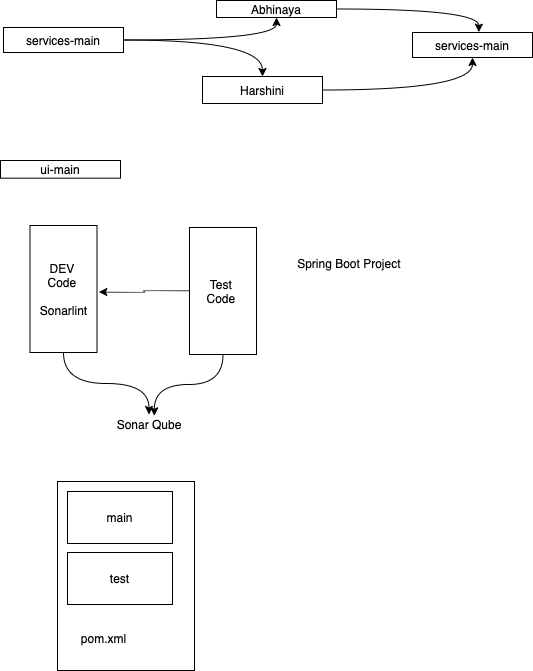
This is notes-and-images/day-8.drawio.png from adithnaveen/boot-camp-barclays-sep-2021, a draw.io export, as it was before one commit. Source tidied: cells renumbered, new cells last; positions are measured from the earlier drawing's top-left corner, leaving out a move shared by most shapes.
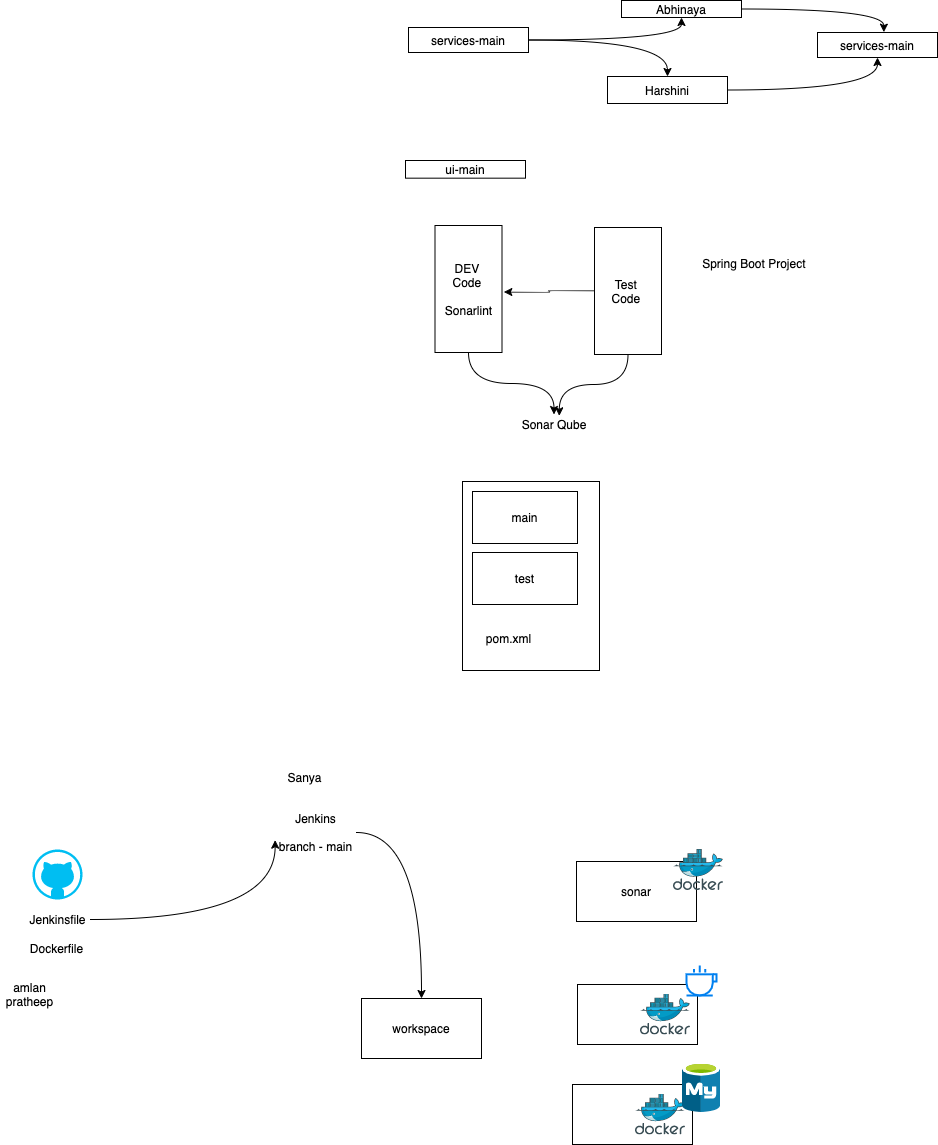
After the change.

Diff of the diagram source:
```diff
@@ -64,5 +64,56 @@
     <mxCell id="21" value="pom.xml" style="text;html=1;strokeColor=none;fillColor=none;align=center;verticalAlign=middle;whiteSpace=wrap;rounded=0;" parent="1" vertex="1">
       <mxGeometry x="72" y="616" width="63" height="43" as="geometry" />
     </mxCell>
+    <mxCell id="22" value="sonar" style="rounded=0;whiteSpace=wrap;html=1;" parent="1" vertex="1">
+      <mxGeometry x="171" y="861" width="120" height="60" as="geometry" />
+    </mxCell>
+    <mxCell id="23" style="html=1;align=center;image;fontSize=12;image=img/lib/mscae/Docker.svg;" parent="1" vertex="1">
+      <mxGeometry x="268" y="849" width="50" height="41" as="geometry" />
+    </mxCell>
+    <mxCell id="24" style="rounded=0;whiteSpace=wrap;html=1;" parent="1" vertex="1">
+      <mxGeometry x="172" y="984" width="120" height="60" as="geometry" />
+    </mxCell>
+    <mxCell id="25" style="html=1;verticalLabelPosition=bottom;align=center;labelBackgroundColor=#ffffff;verticalAlign=top;strokeWidth=2;strokeColor=#0080F0;shadow=0;dashed=0;shape=mxgraph.ios7.icons.cup;" parent="1" vertex="1">
+      <mxGeometry x="281" y="965" width="30" height="30" as="geometry" />
+    </mxCell>
+    <mxCell id="26" style="edgeStyle=orthogonalEdgeStyle;rounded=0;jettySize=auto;html=1;entryX=0.02;entryY=0.667;entryDx=0;entryDy=0;entryPerimeter=0;curved=1;" parent="1" edge="1" source="27" target="30">
+      <mxGeometry relative="1" as="geometry" />
+    </mxCell>
+    <mxCell id="27" value="Jenkinsfile" style="text;html=1;align=center;verticalAlign=middle;points=[];strokeColor=none;" parent="1" vertex="1">
+      <mxGeometry x="-381" y="910" width="66" height="18" as="geometry" />
+    </mxCell>
+    <mxCell id="28" style="verticalLabelPosition=bottom;html=1;verticalAlign=top;align=center;strokeColor=none;fillColor=#00BEF2;shape=mxgraph.azure.github_code;" parent="1" vertex="1">
+      <mxGeometry x="-373" y="849" width="50" height="50" as="geometry" />
+    </mxCell>
+    <mxCell id="29" style="edgeStyle=orthogonalEdgeStyle;curved=1;rounded=0;jettySize=auto;html=1;" parent="1" edge="1" source="30" target="32">
+      <mxGeometry relative="1" as="geometry" />
+    </mxCell>
+    <mxCell id="30" value="Jenkins&lt;br&gt;&lt;br&gt;branch - main" style="text;html=1;align=center;verticalAlign=middle;points=[];strokeColor=none;" parent="1" vertex="1">
+      <mxGeometry x="-132" y="809" width="83" height="46" as="geometry" />
+    </mxCell>
+    <mxCell id="31" value="Dockerfile" style="text;html=1;align=center;verticalAlign=middle;strokeColor=none;" parent="1" vertex="1">
+      <mxGeometry x="-381" y="939" width="63" height="18" as="geometry" />
+    </mxCell>
+    <mxCell id="32" value="workspace" style="rounded=0;whiteSpace=wrap;html=1;" parent="1" vertex="1">
+      <mxGeometry x="-44" y="998" width="120" height="60" as="geometry" />
+    </mxCell>
+    <mxCell id="33" style="html=1;align=center;image;fontSize=12;image=img/lib/mscae/Docker.svg;" parent="1" vertex="1">
+      <mxGeometry x="235" y="993.5" width="50" height="41" as="geometry" />
+    </mxCell>
+    <mxCell id="34" style="rounded=0;whiteSpace=wrap;html=1;" parent="1" vertex="1">
+      <mxGeometry x="167" y="1084" width="120" height="60" as="geometry" />
+    </mxCell>
+    <mxCell id="35" style="html=1;align=center;image;fontSize=12;image=img/lib/mscae/Docker.svg;" parent="1" vertex="1">
+      <mxGeometry x="230" y="1093.5" width="50" height="41" as="geometry" />
+    </mxCell>
+    <mxCell id="36" style="html=1;align=center;image;fontSize=12;image=img/lib/mscae/Azure_Database_for_MySQL_servers.svg;" parent="1" vertex="1">
+      <mxGeometry x="277" y="1062" width="38" height="50" as="geometry" />
+    </mxCell>
+    <mxCell id="37" value="Sanya" style="text;html=1;align=center;verticalAlign=middle;strokeColor=none;" parent="1" vertex="1">
+      <mxGeometry x="-123" y="768" width="44" height="18" as="geometry" />
+    </mxCell>
+    <mxCell id="38" value="amlan&lt;br&gt;pratheep" style="text;html=1;align=center;verticalAlign=middle;strokeColor=none;" parent="1" vertex="1">
+      <mxGeometry x="-405" y="978" width="57" height="32" as="geometry" />
+    </mxCell>
   </root>
 </mxGraphModel>
```
